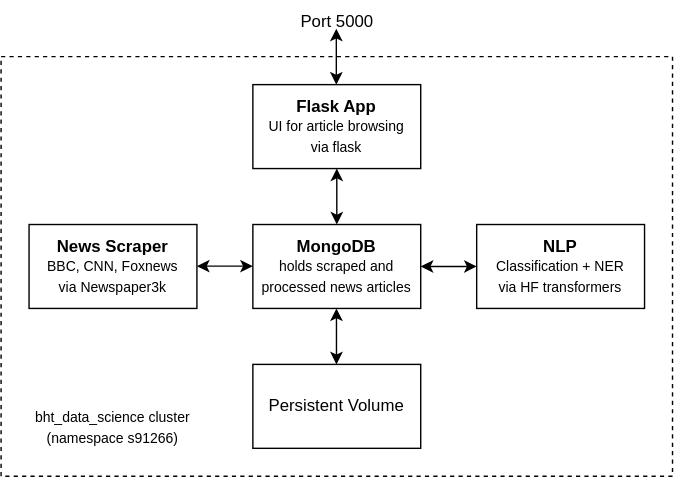
Before: doc/architecture_overview.drawio.svg, a diagram exported from draw.io (tesch-ch/dsWorkflowProj). Source tidied: cells renumbered, new cells last; positions are measured from the earlier drawing's top-left corner, leaving out a move shared by most shapes.
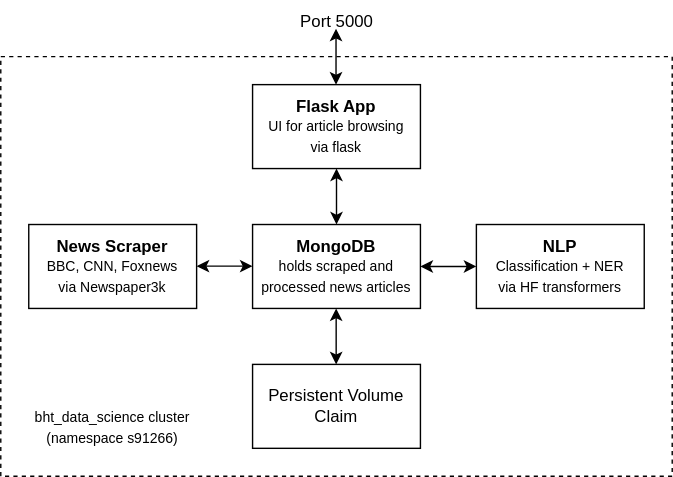
The same diagram one commit later.

The edit, as a diff of the source:
```diff
@@ -11,7 +11,7 @@
     <mxCell id="4" value="&lt;b&gt;MongoDB&lt;/b&gt;&lt;br&gt;&lt;font style=&quot;font-size: 10px;&quot;&gt;holds scraped and processed news articles&lt;/font&gt;" style="rounded=0;whiteSpace=wrap;html=1;" parent="2" vertex="1">
       <mxGeometry x="180" y="160" width="120" height="60" as="geometry" />
     </mxCell>
-    <mxCell id="5" value="Persistent Volume" style="rounded=0;whiteSpace=wrap;html=1;" parent="2" vertex="1">
+    <mxCell id="5" value="Persistent Volume Claim" style="rounded=0;whiteSpace=wrap;html=1;" parent="2" vertex="1">
       <mxGeometry x="180" y="260" width="120" height="60" as="geometry" />
     </mxCell>
     <mxCell id="6" value="&lt;b&gt;NLP&lt;/b&gt;&lt;br style=&quot;font-size: 11px;&quot;&gt;&lt;span style=&quot;font-size: 10px;&quot;&gt;Classification + NER&lt;br&gt;&lt;/span&gt;&lt;font style=&quot;font-size: 10px;&quot;&gt;via HF transformers&lt;/font&gt;" style="rounded=0;whiteSpace=wrap;html=1;" parent="2" vertex="1">
```
